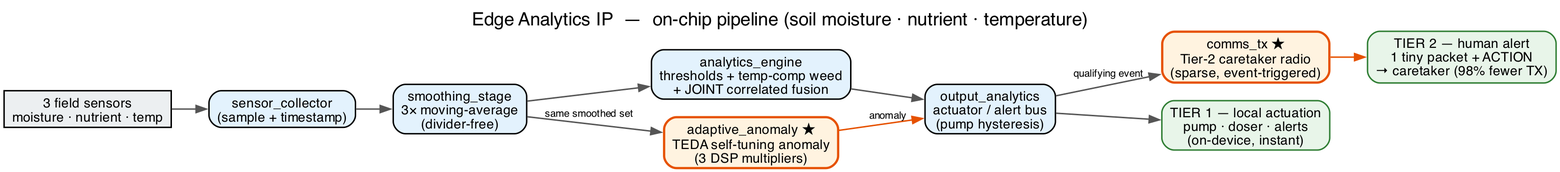
The Graphviz diagram edge_analytics/synthesis/architecture.png in Sanjeev2007/robochipx-edge-analytics-ip, before a commit. Its source is kept beside it as edge_analytics/synthesis/architecture.dot.
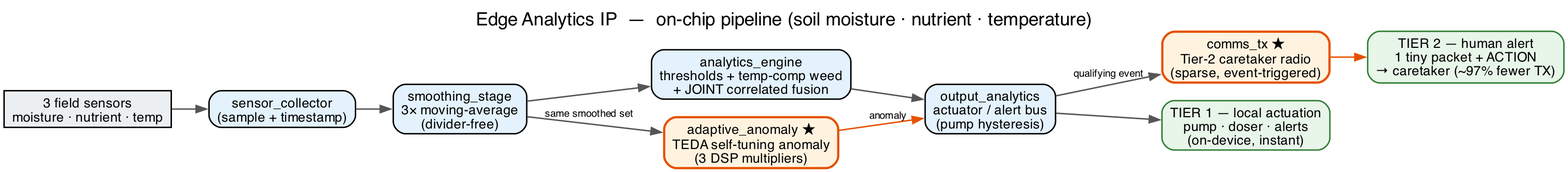
After the commit.

Diff of the diagram source:
```diff
@@ -17,7 +17,7 @@
     comms   [label="comms_tx ★\nTier-2 caretaker radio\n(sparse, event-triggered)", fillcolor="#fff3e0", color="#e65100", penwidth=2.2];
 
     tier1   [label="TIER 1 — local actuation\npump · doser · alerts\n(on-device, instant)", fillcolor="#e8f5e9", color="#2e7d32"];
-    tier2   [label="TIER 2 — human alert\n1 tiny packet + ACTION\n→ caretaker (98% fewer TX)", fillcolor="#e8f5e9", color="#2e7d32"];
+    tier2   [label="TIER 2 — human alert\n1 tiny packet + ACTION\n→ caretaker (~97% fewer TX)", fillcolor="#e8f5e9", color="#2e7d32"];
 
     sensors -> collect -> smooth;
     smooth  -> engine;
```
